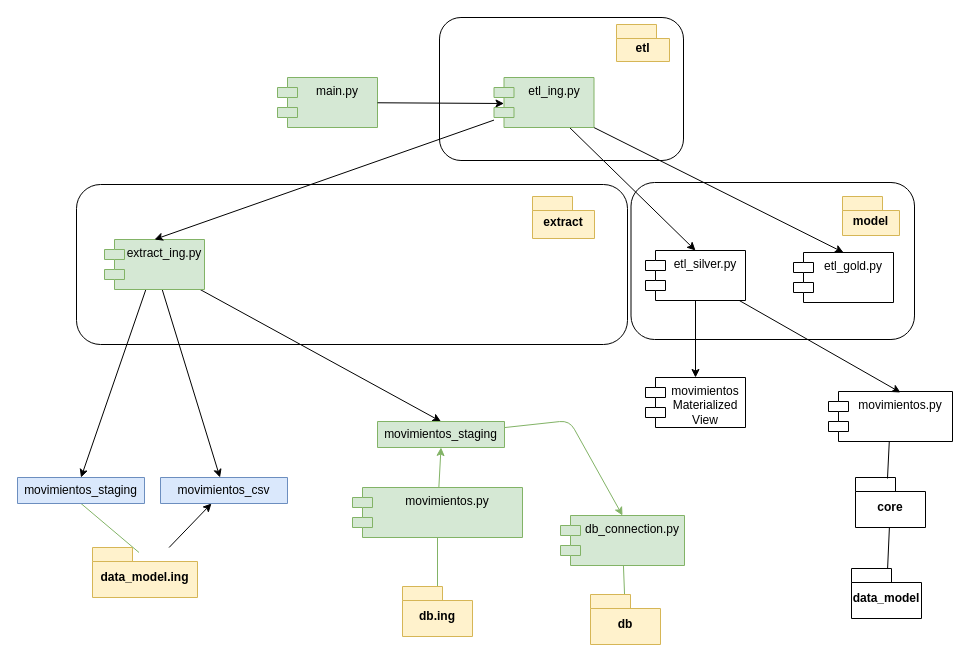
Above: page "Diagrama clases" (6 of 7) of diagrams/diagrams.dio in cperezh/DataEng_Patterns (draw.io), before the change. Source tidied: cells renumbered, new cells numbered last; positions are measured from the earlier drawing's top-left corner, leaving out a move shared by most shapes. Both pictures are drawn from the tidied source at 100%, with x=0, y=0 at pixel (17, 17).
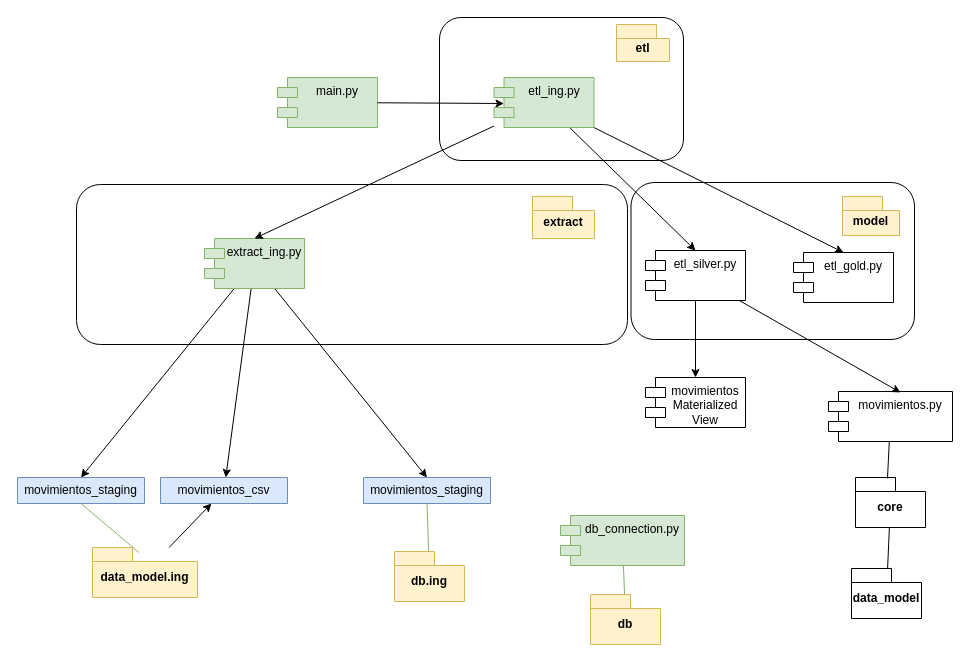
The same diagram, later.

Unchanged cells that the change refers to:
```xml
<mxCell id="17" value="db_connection.py" style="shape=module;align=left;spacingLeft=20;align=center;verticalAlign=top;whiteSpace=wrap;html=1;fillColor=#d5e8d4;strokeColor=#82b366;" parent="1" vertex="1">
  <mxGeometry x="543" y="498" width="124" height="50" as="geometry" />
</mxCell>
```

Change to the diagram source:
```diff
@@
     <mxCell id="9" value="extract_ing.py" style="shape=module;align=center;spacingLeft=20;align=center;verticalAlign=top;whiteSpace=wrap;html=1;strokeColor=#82b366;fontFamily=Helvetica;fontSize=12;fillColor=#d5e8d4;" parent="1" vertex="1">
-      <mxGeometry x="87" y="222" width="100" height="50" as="geometry" />
+      <mxGeometry x="187" y="221" width="100" height="50" as="geometry" />
     </mxCell>
@@
-    <mxCell id="35" style="edgeStyle=none;html=1;endArrow=none;endFill=0;fillColor=#d5e8d4;strokeColor=#82b366;" parent="1" edge="1" source="36" target="39">
+    <mxCell id="35" style="edgeStyle=none;html=1;endArrow=none;endFill=0;fillColor=#d5e8d4;strokeColor=#82b366;entryX=0.5;entryY=1;entryDx=0;entryDy=0;" parent="1" edge="1" source="36" target="38">
       <mxGeometry relative="1" as="geometry" />
     </mxCell>
     <mxCell id="36" value="db.ing" style="shape=folder;fontStyle=1;spacingTop=10;tabWidth=40;tabHeight=14;tabPosition=left;html=1;whiteSpace=wrap;fillColor=#fff2cc;strokeColor=#d6b656;" parent="1" vertex="1">
-      <mxGeometry x="385" y="569" width="70" height="50" as="geometry" />
+      <mxGeometry x="377" y="534" width="70" height="50" as="geometry" />
     </mxCell>
-    <mxCell id="37" style="edgeStyle=none;html=1;entryX=0.5;entryY=0;entryDx=0;entryDy=0;fillColor=#d5e8d4;strokeColor=#82b366;" parent="1" edge="1" source="38" target="17">
-      <mxGeometry relative="1" as="geometry">
-        <Array as="points">
-          <mxPoint x="552" y="403" />
-        </Array>
-      </mxGeometry>
-    </mxCell>
-    <mxCell id="38" value="movimientos_staging" style="swimlane;fontStyle=0;horizontal=1;startSize=26;fillColor=#d5e8d4;whiteSpace=wrap;html=1;strokeColor=#82b366;" parent="1" vertex="1" collapsed="1">
-      <mxGeometry x="360" y="404" width="127" height="26" as="geometry" />
+    <mxCell id="38" value="movimientos_staging" style="swimlane;fontStyle=0;horizontal=1;startSize=26;fillColor=#dae8fc;whiteSpace=wrap;html=1;strokeColor=#6c8ebf;" parent="1" vertex="1" collapsed="1">
+      <mxGeometry x="346" y="460" width="127" height="26" as="geometry" />
     </mxCell>
-    <mxCell id="39" value="movimientos.py" style="shape=module;align=center;spacingLeft=20;align=center;verticalAlign=top;whiteSpace=wrap;html=1;strokeColor=#82b366;fontFamily=Helvetica;fontSize=12;fillColor=#d5e8d4;" parent="1" vertex="1">
-      <mxGeometry x="335" y="470" width="170" height="50" as="geometry" />
-    </mxCell>
-    <mxCell id="40" style="edgeStyle=none;html=1;entryX=0.5;entryY=1;entryDx=0;entryDy=0;fillColor=#d5e8d4;strokeColor=#82b366;" parent="1" edge="1" source="39" target="38">
-      <mxGeometry relative="1" as="geometry" />
-    </mxCell>
```
